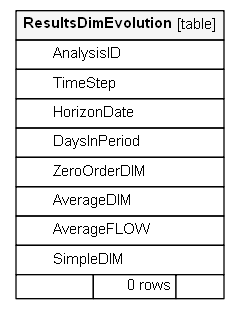
rkapl123/OreControl keeps this Graphviz diagram as docs/schemaDoc/diagrams/orphans/ResultsDimEvolution.1degree.png. Above is the earlier version. Its source is kept beside it as docs/schemaDoc/diagrams/orphans/ResultsDimEvolution.1degree.dot. Source of this version:
```dot
digraph "ResultsDimEvolution" {
  graph [
    rankdir="RL"
    bgcolor="#ffffff"
    nodesep="0.18"
    ranksep="0.46"
    fontname="Helvetica"
    fontsize="11"
    ration="compress"
  ];
  node [
    fontname="Helvetica"
    fontsize="11"
    shape="plaintext"
  ];
  edge [
    arrowsize="0.8"
  ];
  "ResultsDimEvolution" [
   label=<
    <TABLE BORDER="0" CELLBORDER="1" CELLSPACING="0" BGCOLOR="#ffffff">
      <TR><TD COLSPAN="3"  BGCOLOR="#f5f5f5"><TABLE BORDER="0" CELLSPACING="0"><TR><TD ALIGN="LEFT"><B>ResultsDimEvolution</B></TD><TD ALIGN="RIGHT">[table]</TD></TR></TABLE></TD></TR>
      <TR><TD PORT="AnalysisID" COLSPAN="3" ALIGN="LEFT"><TABLE BORDER="0" CELLSPACING="0" ALIGN="LEFT"><TR ALIGN="LEFT"><TD ALIGN="LEFT" FIXEDSIZE="TRUE" WIDTH="15" HEIGHT="16"></TD><TD ALIGN="LEFT" FIXEDSIZE="TRUE" WIDTH="120" HEIGHT="16">AnalysisID</TD></TR></TABLE></TD></TR>
      <TR><TD PORT="TimeStep" COLSPAN="3" ALIGN="LEFT"><TABLE BORDER="0" CELLSPACING="0" ALIGN="LEFT"><TR ALIGN="LEFT"><TD ALIGN="LEFT" FIXEDSIZE="TRUE" WIDTH="15" HEIGHT="16"></TD><TD ALIGN="LEFT" FIXEDSIZE="TRUE" WIDTH="120" HEIGHT="16">TimeStep</TD></TR></TABLE></TD></TR>
      <TR><TD PORT="HorizonDate" COLSPAN="3" ALIGN="LEFT"><TABLE BORDER="0" CELLSPACING="0" ALIGN="LEFT"><TR ALIGN="LEFT"><TD ALIGN="LEFT" FIXEDSIZE="TRUE" WIDTH="15" HEIGHT="16"></TD><TD ALIGN="LEFT" FIXEDSIZE="TRUE" WIDTH="120" HEIGHT="16">HorizonDate</TD></TR></TABLE></TD></TR>
      <TR><TD PORT="DaysInPeriod" COLSPAN="3" ALIGN="LEFT"><TABLE BORDER="0" CELLSPACING="0" ALIGN="LEFT"><TR ALIGN="LEFT"><TD ALIGN="LEFT" FIXEDSIZE="TRUE" WIDTH="15" HEIGHT="16"></TD><TD ALIGN="LEFT" FIXEDSIZE="TRUE" WIDTH="120" HEIGHT="16">DaysInPeriod</TD></TR></TABLE></TD></TR>
      <TR><TD PORT="ZeroOrderDIM" COLSPAN="3" ALIGN="LEFT"><TABLE BORDER="0" CELLSPACING="0" ALIGN="LEFT"><TR ALIGN="LEFT"><TD ALIGN="LEFT" FIXEDSIZE="TRUE" WIDTH="15" HEIGHT="16"></TD><TD ALIGN="LEFT" FIXEDSIZE="TRUE" WIDTH="120" HEIGHT="16">ZeroOrderDIM</TD></TR></TABLE></TD></TR>
      <TR><TD PORT="AverageDIM" COLSPAN="3" ALIGN="LEFT"><TABLE BORDER="0" CELLSPACING="0" ALIGN="LEFT"><TR ALIGN="LEFT"><TD ALIGN="LEFT" FIXEDSIZE="TRUE" WIDTH="15" HEIGHT="16"></TD><TD ALIGN="LEFT" FIXEDSIZE="TRUE" WIDTH="120" HEIGHT="16">AverageDIM</TD></TR></TABLE></TD></TR>
      <TR><TD PORT="AverageFLOW" COLSPAN="3" ALIGN="LEFT"><TABLE BORDER="0" CELLSPACING="0" ALIGN="LEFT"><TR ALIGN="LEFT"><TD ALIGN="LEFT" FIXEDSIZE="TRUE" WIDTH="15" HEIGHT="16"></TD><TD ALIGN="LEFT" FIXEDSIZE="TRUE" WIDTH="120" HEIGHT="16">AverageFLOW</TD></TR></TABLE></TD></TR>
      <TR><TD PORT="SimpleDIM" COLSPAN="3" ALIGN="LEFT"><TABLE BORDER="0" CELLSPACING="0" ALIGN="LEFT"><TR ALIGN="LEFT"><TD ALIGN="LEFT" FIXEDSIZE="TRUE" WIDTH="15" HEIGHT="16"></TD><TD ALIGN="LEFT" FIXEDSIZE="TRUE" WIDTH="120" HEIGHT="16">SimpleDIM</TD></TR></TABLE></TD></TR>
      <TR><TD ALIGN="LEFT" BGCOLOR="#ffffff">  </TD><TD ALIGN="RIGHT" BGCOLOR="#ffffff">0 rows</TD><TD ALIGN="RIGHT" BGCOLOR="#ffffff">  </TD></TR>
    </TABLE>>
    URL="tables/ResultsDimEvolution.html"
    tooltip="ResultsDimEvolution"
  ];
}
```
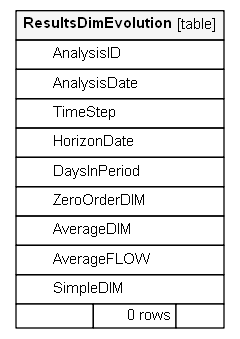
After the change.

What changed in the source:
```diff
@@ -21,6 +21,7 @@
     <TABLE BORDER="0" CELLBORDER="1" CELLSPACING="0" BGCOLOR="#ffffff">
       <TR><TD COLSPAN="3"  BGCOLOR="#f5f5f5"><TABLE BORDER="0" CELLSPACING="0"><TR><TD ALIGN="LEFT"><B>ResultsDimEvolution</B></TD><TD ALIGN="RIGHT">[table]</TD></TR></TABLE></TD></TR>
       <TR><TD PORT="AnalysisID" COLSPAN="3" ALIGN="LEFT"><TABLE BORDER="0" CELLSPACING="0" ALIGN="LEFT"><TR ALIGN="LEFT"><TD ALIGN="LEFT" FIXEDSIZE="TRUE" WIDTH="15" HEIGHT="16"></TD><TD ALIGN="LEFT" FIXEDSIZE="TRUE" WIDTH="120" HEIGHT="16">AnalysisID</TD></TR></TABLE></TD></TR>
+      <TR><TD PORT="AnalysisDate" COLSPAN="3" ALIGN="LEFT"><TABLE BORDER="0" CELLSPACING="0" ALIGN="LEFT"><TR ALIGN="LEFT"><TD ALIGN="LEFT" FIXEDSIZE="TRUE" WIDTH="15" HEIGHT="16"></TD><TD ALIGN="LEFT" FIXEDSIZE="TRUE" WIDTH="120" HEIGHT="16">AnalysisDate</TD></TR></TABLE></TD></TR>
       <TR><TD PORT="TimeStep" COLSPAN="3" ALIGN="LEFT"><TABLE BORDER="0" CELLSPACING="0" ALIGN="LEFT"><TR ALIGN="LEFT"><TD ALIGN="LEFT" FIXEDSIZE="TRUE" WIDTH="15" HEIGHT="16"></TD><TD ALIGN="LEFT" FIXEDSIZE="TRUE" WIDTH="120" HEIGHT="16">TimeStep</TD></TR></TABLE></TD></TR>
       <TR><TD PORT="HorizonDate" COLSPAN="3" ALIGN="LEFT"><TABLE BORDER="0" CELLSPACING="0" ALIGN="LEFT"><TR ALIGN="LEFT"><TD ALIGN="LEFT" FIXEDSIZE="TRUE" WIDTH="15" HEIGHT="16"></TD><TD ALIGN="LEFT" FIXEDSIZE="TRUE" WIDTH="120" HEIGHT="16">HorizonDate</TD></TR></TABLE></TD></TR>
       <TR><TD PORT="DaysInPeriod" COLSPAN="3" ALIGN="LEFT"><TABLE BORDER="0" CELLSPACING="0" ALIGN="LEFT"><TR ALIGN="LEFT"><TD ALIGN="LEFT" FIXEDSIZE="TRUE" WIDTH="15" HEIGHT="16"></TD><TD ALIGN="LEFT" FIXEDSIZE="TRUE" WIDTH="120" HEIGHT="16">DaysInPeriod</TD></TR></TABLE></TD></TR>
```
